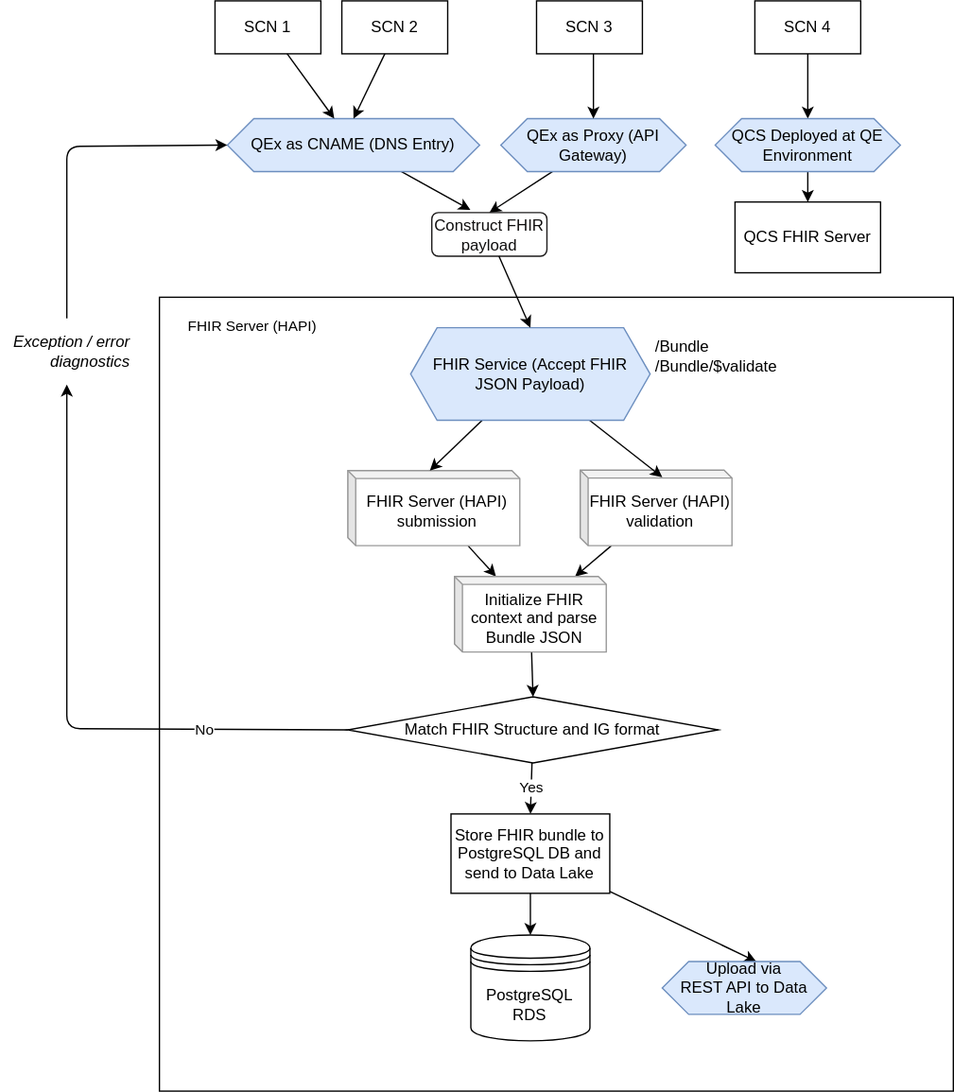
qe-collaborative-services/1115-hub keeps this draw.io diagram as support/docs/qcs-fhir-service.drawio.svg. Above is the earlier version. Source tidied: cells renumbered, new cells last; positions are measured from the earlier drawing's top-left corner, leaving out a move shared by most shapes.
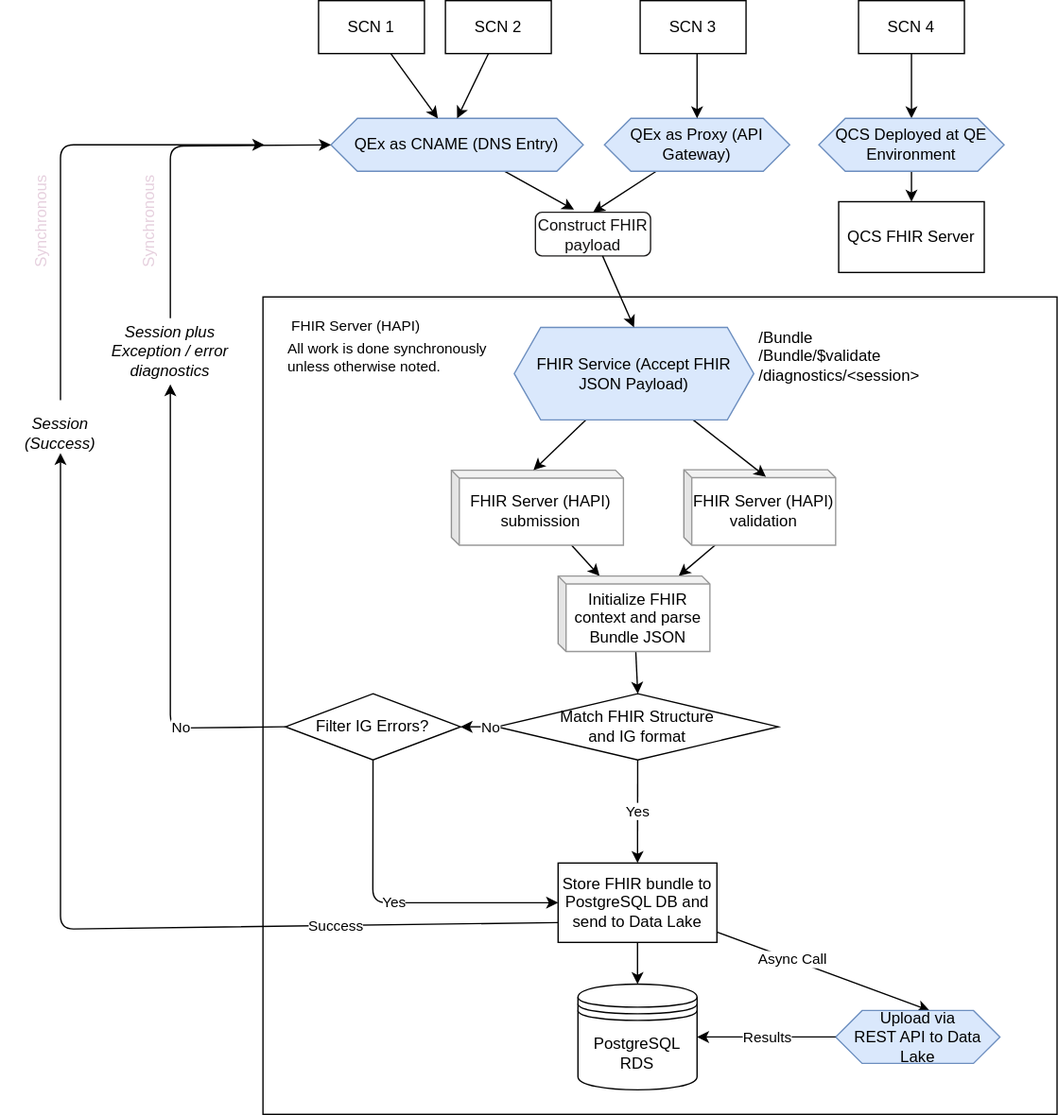
Above is the later version.

Commit message:
Incorporate filter and async instructions

The edit, as a diff of the source:
```diff
@@ -15,14 +15,14 @@
         </Array>
       </mxGeometry>
     </mxCell>
-    <mxCell id="5" value="&lt;span style=&quot;&quot;&gt;Exception / error diagnostics&lt;/span&gt;" style="text;html=1;strokeColor=none;fillColor=none;align=right;verticalAlign=middle;whiteSpace=wrap;rounded=0;fontStyle=2;" parent="1" vertex="1">
+    <mxCell id="5" value="&lt;span style=&quot;&quot;&gt;Session plus Exception / error diagnostics&lt;/span&gt;" style="text;html=1;strokeColor=none;fillColor=none;align=center;verticalAlign=middle;whiteSpace=wrap;rounded=0;fontStyle=2;" parent="1" vertex="1">
       <mxGeometry y="240" width="100" height="50" as="geometry" />
     </mxCell>
     <mxCell id="6" value="&lt;font color=&quot;#100f0f&quot;&gt;Construct FHIR payload&lt;/font&gt;" style="rounded=1;whiteSpace=wrap;html=1;fontColor=#999999;strokeColor=#1d1b1b;" parent="1" vertex="1">
       <mxGeometry x="325.9" y="160" width="87" height="33" as="geometry" />
     </mxCell>
     <mxCell id="7" style="html=1;whiteSpace=wrap;" parent="1" vertex="1">
-      <mxGeometry x="120" y="224" width="600" height="600" as="geometry" />
+      <mxGeometry x="120" y="224" width="600" height="618" as="geometry" />
     </mxCell>
     <mxCell id="8" style="edgeStyle=none;html=1;fontColor=#000000;" parent="7" edge="1" source="9" target="19">
       <mxGeometry relative="1" as="geometry" />
@@ -36,8 +36,8 @@
     <mxCell id="11" value="&lt;font color=&quot;#000000&quot;&gt;FHIR Server (HAPI) validation&lt;/font&gt;" style="shape=cube;whiteSpace=wrap;html=1;boundedLbl=1;backgroundOutline=1;darkOpacity=0.05;darkOpacity2=0.1;strokeColor=#999999;fontColor=#999999;size=6;" parent="7" vertex="1">
       <mxGeometry x="318" y="130.6" width="114.7" height="57.1" as="geometry" />
     </mxCell>
-    <mxCell id="12" value="Match FHIR Structure and IG format" style="rhombus;whiteSpace=wrap;html=1;" parent="7" vertex="1">
-      <mxGeometry x="142.3" y="302" width="280" height="50" as="geometry" />
+    <mxCell id="12" value="Match FHIR Structure&lt;br&gt;and IG format" style="rhombus;whiteSpace=wrap;html=1;" parent="7" vertex="1">
+      <mxGeometry x="177" y="300" width="212.3" height="50" as="geometry" />
     </mxCell>
     <mxCell id="13" value="Yes" style="edgeStyle=none;html=1;entryX=0.5;entryY=0;entryDx=0;entryDy=0;" parent="7" edge="1" source="12" target="17">
       <mxGeometry relative="1" as="geometry" />
@@ -53,8 +53,11 @@
     <mxCell id="16" style="edgeStyle=none;html=1;entryX=0.572;entryY=0;entryDx=0;entryDy=0;entryPerimeter=0;" parent="7" edge="1" source="17" target="21">
       <mxGeometry relative="1" as="geometry" />
     </mxCell>
+    <mxCell id="42" value="Async Call" style="edgeLabel;html=1;align=center;verticalAlign=middle;" parent="16" vertex="1">
+      <mxGeometry x="-0.3" relative="1" as="geometry" />
+    </mxCell>
     <mxCell id="17" value="Store FHIR bundle to PostgreSQL DB and send to Data Lake" style="rounded=0;whiteSpace=wrap;html=1;" parent="7" vertex="1">
-      <mxGeometry x="220.3" y="390.5" width="120" height="60" as="geometry" />
+      <mxGeometry x="223" y="428" width="120" height="60" as="geometry" />
     </mxCell>
     <mxCell id="18" style="edgeStyle=none;html=1;entryX=0.5;entryY=0;entryDx=0;entryDy=0;fontColor=#000000;" parent="7" edge="1" source="19" target="12">
       <mxGeometry relative="1" as="geometry" />
@@ -63,10 +66,10 @@
       <mxGeometry x="223" y="211" width="114.7" height="57.1" as="geometry" />
     </mxCell>
     <mxCell id="20" value="PostgreSQL RDS" style="shape=datastore;whiteSpace=wrap;html=1;" parent="7" vertex="1">
-      <mxGeometry x="235.4" y="482" width="90" height="80" as="geometry" />
+      <mxGeometry x="238" y="519.5" width="90" height="80" as="geometry" />
     </mxCell>
     <mxCell id="21" value="Upload via&lt;br&gt;REST API to Data Lake" style="shape=hexagon;perimeter=hexagonPerimeter2;whiteSpace=wrap;html=1;fixedSize=1;fillColor=#dae8fc;strokeColor=#6c8ebf;" parent="7" vertex="1">
-      <mxGeometry x="380" y="502" width="124.2" height="40" as="geometry" />
+      <mxGeometry x="432.7" y="539.5" width="124.2" height="40" as="geometry" />
     </mxCell>
     <mxCell id="22" style="edgeStyle=none;html=1;entryX=0.541;entryY=0.094;entryDx=0;entryDy=0;entryPerimeter=0;" parent="7" edge="1" source="24" target="11">
       <mxGeometry relative="1" as="geometry" />
@@ -77,10 +80,32 @@
     <mxCell id="24" value="FHIR Service (Accept FHIR JSON Payload)" style="shape=hexagon;perimeter=hexagonPerimeter2;whiteSpace=wrap;html=1;fixedSize=1;fillColor=#dae8fc;strokeColor=#6c8ebf;" parent="7" vertex="1">
       <mxGeometry x="189.9" y="23" width="181" height="70" as="geometry" />
     </mxCell>
-    <mxCell id="25" value="/Bundle&lt;br&gt;/Bundle/$validate" style="text;html=1;align=left;verticalAlign=middle;strokeColor=none;fillColor=none;fontColor=#000000;" parent="7" vertex="1">
-      <mxGeometry x="372.9" y="25" width="120" height="40" as="geometry" />
+    <mxCell id="25" value="/Bundle&lt;br&gt;/Bundle/$validate&lt;div&gt;/diagnostics/&amp;lt;session&amp;gt;&lt;/div&gt;" style="text;html=1;align=left;verticalAlign=middle;strokeColor=none;fillColor=none;fontColor=#000000;" parent="7" vertex="1">
+      <mxGeometry x="372.9" y="15" width="140" height="60" as="geometry" />
     </mxCell>
+    <mxCell id="43" value="Filter IG Errors?" style="rhombus;whiteSpace=wrap;html=1;" parent="7" vertex="1">
+      <mxGeometry x="17" y="300" width="132.3" height="50" as="geometry" />
+    </mxCell>
+    <mxCell id="44" value="Yes" style="edgeStyle=none;html=1;entryX=0;entryY=0.5;entryDx=0;entryDy=0;exitX=0.5;exitY=1;exitDx=0;exitDy=0;" parent="7" edge="1" source="43" target="17">
+      <mxGeometry relative="1" as="geometry">
+        <Array as="points">
+          <mxPoint x="83" y="458" />
+        </Array>
+      </mxGeometry>
+    </mxCell>
+    <mxCell id="45" style="edgeStyle=none;html=1;fontColor=#000000;exitX=0;exitY=0.5;exitDx=0;exitDy=0;entryX=1;entryY=0.5;entryDx=0;entryDy=0;" parent="7" edge="1" source="12" target="43">
+      <mxGeometry relative="1" as="geometry" />
+    </mxCell>
+    <mxCell id="46" value="No" style="edgeLabel;html=1;align=center;verticalAlign=middle;fontColor=#000000;" parent="45" vertex="1">
+      <mxGeometry x="-0.54" relative="1" as="geometry" />
+    </mxCell>
+    <mxCell id="47" value="Results" style="edgeStyle=none;html=1;entryX=1;entryY=0.5;entryDx=0;entryDy=0;exitX=0;exitY=0.5;exitDx=0;exitDy=0;" parent="7" edge="1" source="21" target="20">
+      <mxGeometry relative="1" as="geometry" />
+    </mxCell>
+    <mxCell id="48" value="&lt;span style=&quot;color: rgb(0, 0, 0); font-family: Helvetica; font-size: 11px; font-style: normal; font-variant-ligatures: normal; font-variant-caps: normal; font-weight: 400; letter-spacing: normal; orphans: 2; text-align: center; text-indent: 0px; text-transform: none; widows: 2; word-spacing: 0px; -webkit-text-stroke-width: 0px; white-space: nowrap; background-color: rgb(255, 255, 255); text-decoration-thickness: initial; text-decoration-style: initial; text-decoration-color: initial; display: inline !important; float: none;&quot;&gt;All work is done synchronously&lt;/span&gt;&lt;br style=&quot;forced-color-adjust: none; color: rgb(0, 0, 0); font-family: Helvetica; font-size: 11px; font-style: normal; font-variant-ligatures: normal; font-variant-caps: normal; font-weight: 400; letter-spacing: normal; orphans: 2; text-align: center; text-indent: 0px; text-transform: none; widows: 2; word-spacing: 0px; -webkit-text-stroke-width: 0px; white-space: nowrap; background-color: rgb(255, 255, 255); text-decoration-thickness: initial; text-decoration-style: initial; text-decoration-color: initial;&quot;&gt;&lt;span style=&quot;color: rgb(0, 0, 0); font-family: Helvetica; font-size: 11px; font-style: normal; font-variant-ligatures: normal; font-variant-caps: normal; font-weight: 400; letter-spacing: normal; orphans: 2; text-align: center; text-indent: 0px; text-transform: none; widows: 2; word-spacing: 0px; -webkit-text-stroke-width: 0px; white-space: nowrap; background-color: rgb(255, 255, 255); text-decoration-thickness: initial; text-decoration-style: initial; text-decoration-color: initial; display: inline !important; float: none;&quot;&gt;unless otherwise noted.&lt;/span&gt;" style="text;whiteSpace=wrap;html=1;" parent="7" vertex="1">
+      <mxGeometry x="17" y="25" width="180" height="50" as="geometry" />
+    </mxCell>
-    <mxCell id="26" style="edgeStyle=none;html=1;fontColor=#000000;exitX=0;exitY=0.5;exitDx=0;exitDy=0;" parent="1" edge="1" source="12" target="5">
+    <mxCell id="26" style="edgeStyle=none;html=1;fontColor=#000000;exitX=0;exitY=0.5;exitDx=0;exitDy=0;" parent="1" edge="1" source="43" target="5">
       <mxGeometry relative="1" as="geometry">
         <Array as="points">
           <mxPoint x="50" y="550" />
@@ -136,5 +161,34 @@
     <mxCell id="41" value="QCS FHIR Server" style="rounded=0;whiteSpace=wrap;html=1;" parent="1" vertex="1">
       <mxGeometry x="555" y="152" width="110" height="53.5" as="geometry" />
     </mxCell>
+    <mxCell id="49" style="edgeStyle=none;html=1;entryX=0;entryY=0.5;entryDx=0;entryDy=0;fontColor=#999999;" parent="1" edge="1">
+      <mxGeometry relative="1" as="geometry">
+        <mxPoint x="-33" y="302" as="sourcePoint" />
+        <mxPoint x="121" y="109" as="targetPoint" />
+        <Array as="points">
+          <mxPoint x="-33" y="109" />
+        </Array>
+      </mxGeometry>
+    </mxCell>
+    <mxCell id="50" value="&lt;span style=&quot;&quot;&gt;Session (Success)&lt;/span&gt;" style="text;html=1;strokeColor=none;fillColor=none;align=center;verticalAlign=middle;whiteSpace=wrap;rounded=0;fontStyle=2;" parent="1" vertex="1">
+      <mxGeometry x="-78" y="312" width="90" height="30" as="geometry" />
+    </mxCell>
+    <mxCell id="51" style="edgeStyle=none;html=1;fontColor=#000000;exitX=0;exitY=0.75;exitDx=0;exitDy=0;" parent="1" edge="1" source="17">
+      <mxGeometry relative="1" as="geometry">
+        <mxPoint x="-33" y="342" as="targetPoint" />
+        <Array as="points">
+          <mxPoint x="-33" y="702" />
+        </Array>
+      </mxGeometry>
+    </mxCell>
+    <mxCell id="52" value="Success" style="edgeLabel;html=1;align=center;verticalAlign=middle;fontColor=#000000;" parent="51" vertex="1">
+      <mxGeometry x="-0.54" relative="1" as="geometry" />
+    </mxCell>
+    <mxCell id="53" value="Synchronous" style="text;html=1;align=center;verticalAlign=middle;whiteSpace=wrap;rounded=0;rotation=-90;fontColor=#E6D0DE;" parent="1" vertex="1">
+      <mxGeometry x="-95" y="152" width="95" height="30" as="geometry" />
+    </mxCell>
+    <mxCell id="54" value="Synchronous" style="text;html=1;align=center;verticalAlign=middle;whiteSpace=wrap;rounded=0;rotation=-90;fontColor=#E6D0DE;" parent="1" vertex="1">
+      <mxGeometry x="-13" y="152" width="95" height="30" as="geometry" />
+    </mxCell>
   </root>
 </mxGraphModel>
```
